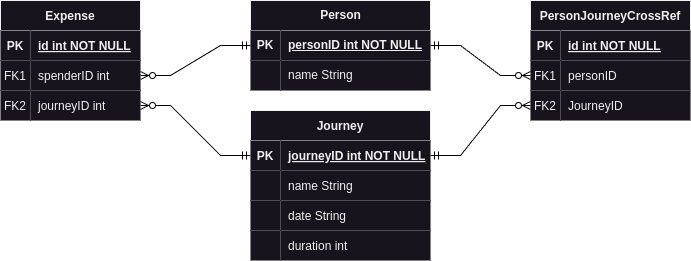
Arpad-H/bananasplit keeps this draw.io diagram as datamodels/ER Model.png. Above is the earlier version. Source tidied: cells renumbered, new cells last; positions are measured from the earlier drawing's top-left corner, leaving out a move shared by most shapes. Its diagram source:
```xml
<mxGraphModel>
  <root>
    <mxCell id="0" />
    <mxCell id="1" parent="0" />
    <mxCell id="2" value="Journey" style="shape=table;startSize=30;rowLines=0;fontStyle=1;align=center;fillColor=default;" parent="1" vertex="1">
      <mxGeometry x="260" y="110" width="180" height="150" as="geometry" />
    </mxCell>
    <mxCell id="3" style="shape=partialRectangle;fillColor=none;points=[[0,0.5],[1,0.5]];portConstraint=eastwest;top=0;left=0;right=0;bottom=1;" parent="2" vertex="1">
      <mxGeometry y="30" width="180" height="30" as="geometry" />
    </mxCell>
    <mxCell id="4" value="PK" style="shape=partialRectangle;overflow=hidden;fillColor=default;top=0;left=0;bottom=0;right=0;fontStyle=1;" parent="3" vertex="1">
      <mxGeometry width="30" height="30" as="geometry" />
    </mxCell>
    <mxCell id="5" value="journeyID int NOT NULL" style="shape=partialRectangle;overflow=hidden;fillColor=default;top=0;left=0;bottom=0;right=0;align=left;spacingLeft=6;fontStyle=5;" parent="3" vertex="1">
      <mxGeometry x="30" width="150" height="30" as="geometry" />
    </mxCell>
    <mxCell id="6" style="shape=partialRectangle;fillColor=none;top=0;left=0;right=0;bottom=0;" parent="2" vertex="1">
      <mxGeometry y="60" width="180" height="30" as="geometry" />
    </mxCell>
    <mxCell id="7" style="shape=partialRectangle;overflow=hidden;fillColor=default;top=0;left=0;bottom=0;right=0;" parent="6" vertex="1">
      <mxGeometry width="30" height="30" as="geometry" />
    </mxCell>
    <mxCell id="8" value="name String" style="shape=partialRectangle;overflow=hidden;fillColor=default;top=0;left=0;bottom=0;right=0;align=left;spacingLeft=6;" parent="6" vertex="1">
      <mxGeometry x="30" width="150" height="30" as="geometry" />
    </mxCell>
    <mxCell id="9" style="shape=partialRectangle;fillColor=none;top=0;left=0;right=0;bottom=0;" parent="2" vertex="1">
      <mxGeometry y="90" width="180" height="30" as="geometry" />
    </mxCell>
    <mxCell id="10" style="shape=partialRectangle;overflow=hidden;fillColor=default;top=0;left=0;bottom=0;right=0;" parent="9" vertex="1">
      <mxGeometry width="30" height="30" as="geometry" />
    </mxCell>
    <mxCell id="11" value="date String" style="shape=partialRectangle;overflow=hidden;fillColor=default;top=0;left=0;bottom=0;right=0;align=left;spacingLeft=6;" parent="9" vertex="1">
      <mxGeometry x="30" width="150" height="30" as="geometry" />
    </mxCell>
    <mxCell id="12" style="shape=partialRectangle;fillColor=none;top=0;left=0;right=0;bottom=0;" parent="2" vertex="1">
      <mxGeometry y="120" width="180" height="30" as="geometry" />
    </mxCell>
    <mxCell id="13" style="shape=partialRectangle;overflow=hidden;fillColor=default;top=0;left=0;bottom=0;right=0;" parent="12" vertex="1">
      <mxGeometry width="30" height="30" as="geometry" />
    </mxCell>
    <mxCell id="14" value="duration int" style="shape=partialRectangle;overflow=hidden;fillColor=default;top=0;left=0;bottom=0;right=0;align=left;spacingLeft=6;" parent="12" vertex="1">
      <mxGeometry x="30" width="150" height="30" as="geometry" />
    </mxCell>
    <mxCell id="15" value="PersonJourneyCrossRef" style="shape=table;startSize=30;rowLines=0;fontStyle=1;align=center;fillStyle=auto;" parent="1" vertex="1">
      <mxGeometry x="540" width="160" height="120" as="geometry" />
    </mxCell>
    <mxCell id="16" style="shape=partialRectangle;fillColor=none;top=0;left=0;right=0;bottom=1;" parent="15" vertex="1">
      <mxGeometry y="30" width="160" height="30" as="geometry" />
    </mxCell>
    <mxCell id="17" value="PK" style="shape=partialRectangle;overflow=hidden;fillColor=default;top=0;left=0;bottom=0;right=0;fontStyle=1;" parent="16" vertex="1">
      <mxGeometry width="30" height="30" as="geometry" />
    </mxCell>
    <mxCell id="18" value="id int NOT NULL " style="shape=partialRectangle;overflow=hidden;fillColor=default;top=0;left=0;bottom=0;right=0;align=left;spacingLeft=6;fontStyle=5;" parent="16" vertex="1">
      <mxGeometry x="30" width="130" height="30" as="geometry" />
    </mxCell>
    <mxCell id="19" style="shape=partialRectangle;fillColor=none;points=[[0,0.5],[1,0.5]];portConstraint=eastwest;top=0;left=0;right=0;bottom=0;" parent="15" vertex="1">
      <mxGeometry y="60" width="160" height="30" as="geometry" />
    </mxCell>
    <mxCell id="20" value="FK1" style="shape=partialRectangle;overflow=hidden;fillColor=default;top=0;left=0;bottom=0;right=0;" parent="19" vertex="1">
      <mxGeometry width="30" height="30" as="geometry" />
    </mxCell>
    <mxCell id="21" value="personID" style="shape=partialRectangle;overflow=hidden;fillColor=default;top=0;left=0;bottom=0;right=0;align=left;spacingLeft=6;" parent="19" vertex="1">
      <mxGeometry x="30" width="130" height="30" as="geometry" />
    </mxCell>
    <mxCell id="22" style="shape=partialRectangle;fillColor=none;points=[[0,0.5],[1,0.5]];portConstraint=eastwest;top=0;left=0;right=0;bottom=0;" parent="15" vertex="1">
      <mxGeometry y="90" width="160" height="30" as="geometry" />
    </mxCell>
    <mxCell id="23" value="FK2" style="shape=partialRectangle;overflow=hidden;fillColor=default;top=0;left=0;bottom=0;right=0;" parent="22" vertex="1">
      <mxGeometry width="30" height="30" as="geometry" />
    </mxCell>
    <mxCell id="24" value="JourneyID" style="shape=partialRectangle;overflow=hidden;fillColor=default;top=0;left=0;bottom=0;right=0;align=left;spacingLeft=6;" parent="22" vertex="1">
      <mxGeometry x="30" width="130" height="30" as="geometry" />
    </mxCell>
    <mxCell id="25" value="Expense" style="shape=table;startSize=30;rowLines=0;fontStyle=1;align=center;" parent="1" vertex="1">
      <mxGeometry x="10" width="140" height="120" as="geometry" />
    </mxCell>
    <mxCell id="26" style="shape=partialRectangle;fillColor=none;top=0;left=0;right=0;bottom=1;" parent="25" vertex="1">
      <mxGeometry y="30" width="140" height="30" as="geometry" />
    </mxCell>
    <mxCell id="27" value="PK" style="shape=partialRectangle;overflow=hidden;fillColor=default;top=0;left=0;bottom=0;right=0;fontStyle=1;" parent="26" vertex="1">
      <mxGeometry width="30" height="30" as="geometry" />
    </mxCell>
    <mxCell id="28" value="id int NOT NULL " style="shape=partialRectangle;overflow=hidden;fillColor=default;top=0;left=0;bottom=0;right=0;align=left;spacingLeft=6;fontStyle=5;" parent="26" vertex="1">
      <mxGeometry x="30" width="110" height="30" as="geometry" />
    </mxCell>
    <mxCell id="29" style="shape=partialRectangle;fillColor=none;points=[[0,0.5],[1,0.5]];portConstraint=eastwest;top=0;left=0;right=0;bottom=0;" parent="25" vertex="1">
      <mxGeometry y="60" width="140" height="30" as="geometry" />
    </mxCell>
    <mxCell id="30" value="FK1" style="shape=partialRectangle;overflow=hidden;fillColor=default;top=0;left=0;bottom=0;right=0;" parent="29" vertex="1">
      <mxGeometry width="30" height="30" as="geometry" />
    </mxCell>
    <mxCell id="31" value="spenderID int" style="shape=partialRectangle;overflow=hidden;fillColor=default;top=0;left=0;bottom=0;right=0;align=left;spacingLeft=6;" parent="29" vertex="1">
      <mxGeometry x="30" width="110" height="30" as="geometry" />
    </mxCell>
    <mxCell id="32" style="shape=partialRectangle;fillColor=none;points=[[0,0.5],[1,0.5]];portConstraint=eastwest;top=0;left=0;right=0;bottom=0;" parent="25" vertex="1">
      <mxGeometry y="90" width="140" height="30" as="geometry" />
    </mxCell>
    <mxCell id="33" value="FK2" style="shape=partialRectangle;overflow=hidden;fillColor=default;top=0;left=0;bottom=0;right=0;" parent="32" vertex="1">
      <mxGeometry width="30" height="30" as="geometry" />
    </mxCell>
    <mxCell id="34" value="journeyID int" style="shape=partialRectangle;overflow=hidden;fillColor=default;top=0;left=0;bottom=0;right=0;align=left;spacingLeft=6;" parent="32" vertex="1">
      <mxGeometry x="30" width="110" height="30" as="geometry" />
    </mxCell>
    <mxCell id="35" value="Person" style="shape=table;startSize=30;rowLines=0;fontStyle=1;align=center;html=1;" parent="1" vertex="1">
      <mxGeometry x="260" width="180" height="90" as="geometry" />
    </mxCell>
    <mxCell id="36" style="shape=tableRow;horizontal=0;startSize=0;swimlaneHead=0;swimlaneBody=0;fillColor=none;points=[[0,0.5],[1,0.5]];portConstraint=eastwest;top=0;left=0;right=0;bottom=1;" parent="35" vertex="1">
      <mxGeometry y="30" width="180" height="30" as="geometry" />
    </mxCell>
    <mxCell id="37" value="PK" style="shape=partialRectangle;fillColor=default;top=0;left=0;bottom=0;right=0;fontStyle=1;overflow=hidden;whiteSpace=wrap;html=1;" parent="36" vertex="1">
      <mxGeometry width="30" height="30" as="geometry" />
    </mxCell>
    <mxCell id="38" value="personID int NOT NULL" style="shape=partialRectangle;fillColor=default;top=0;left=0;bottom=0;right=0;align=left;spacingLeft=6;fontStyle=5;overflow=hidden;whiteSpace=wrap;html=1;" parent="36" vertex="1">
      <mxGeometry x="30" width="150" height="30" as="geometry" />
    </mxCell>
    <mxCell id="39" style="shape=tableRow;horizontal=0;startSize=0;swimlaneHead=0;swimlaneBody=0;fillColor=none;top=0;left=0;right=0;bottom=0;" parent="35" vertex="1">
      <mxGeometry y="60" width="180" height="30" as="geometry" />
    </mxCell>
    <mxCell id="40" style="shape=partialRectangle;fillColor=default;top=0;left=0;bottom=0;right=0;overflow=hidden;whiteSpace=wrap;html=1;" parent="39" vertex="1">
      <mxGeometry width="30" height="30" as="geometry" />
    </mxCell>
    <mxCell id="41" value="name String" style="shape=partialRectangle;fillColor=default;top=0;left=0;bottom=0;right=0;align=left;spacingLeft=6;overflow=hidden;whiteSpace=wrap;html=1;" parent="39" vertex="1">
      <mxGeometry x="30" width="150" height="30" as="geometry" />
    </mxCell>
    <mxCell id="42" style="edgeStyle=entityRelationEdgeStyle;fontSize=12;html=1;endArrow=ERzeroToMany;startArrow=ERmandOne;rounded=0;exitX=0;exitY=0.5;exitDx=0;exitDy=0;strokeColor=#000000;" parent="1" edge="1" source="3" target="32">
      <mxGeometry relative="1" as="geometry" />
    </mxCell>
    <mxCell id="43" style="edgeStyle=entityRelationEdgeStyle;fontSize=12;html=1;endArrow=ERzeroToMany;startArrow=ERmandOne;rounded=0;exitX=0;exitY=0.5;exitDx=0;exitDy=0;entryX=1;entryY=0.5;entryDx=0;entryDy=0;strokeColor=#000000;" parent="1" edge="1" source="36" target="29">
      <mxGeometry relative="1" as="geometry">
        <Array as="points">
          <mxPoint x="-0.2" y="210" />
          <mxPoint x="340" y="200" />
          <mxPoint x="60" y="170" />
        </Array>
      </mxGeometry>
    </mxCell>
    <mxCell id="44" style="edgeStyle=entityRelationEdgeStyle;fontSize=12;html=1;endArrow=ERzeroToMany;startArrow=ERmandOne;rounded=0;exitX=1;exitY=0.5;exitDx=0;exitDy=0;entryX=0;entryY=0.5;entryDx=0;entryDy=0;strokeColor=#000000;" parent="1" edge="1" source="3" target="22">
      <mxGeometry relative="1" as="geometry" />
    </mxCell>
    <mxCell id="45" style="edgeStyle=entityRelationEdgeStyle;fontSize=12;html=1;endArrow=ERzeroToMany;startArrow=ERmandOne;rounded=0;exitX=1;exitY=0.5;exitDx=0;exitDy=0;entryX=0;entryY=0.5;entryDx=0;entryDy=0;strokeColor=#000000;" parent="1" edge="1" source="36" target="19">
      <mxGeometry relative="1" as="geometry" />
    </mxCell>
  </root>
</mxGraphModel>
```
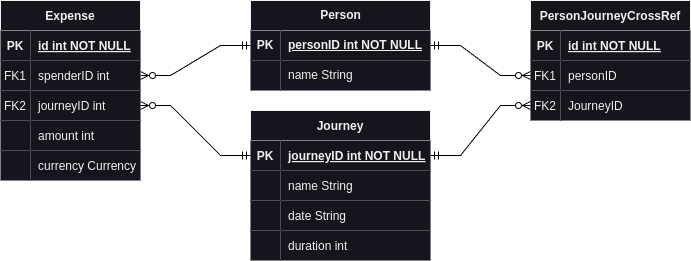
Later version of the same file.

Commit message:
Added Currency.java, added amount + currency into Expense.java

Change to the diagram source:
```diff
@@ -72,7 +72,7 @@
       <mxGeometry x="30" width="130" height="30" as="geometry" />
     </mxCell>
     <mxCell id="25" value="Expense" style="shape=table;startSize=30;rowLines=0;fontStyle=1;align=center;" parent="1" vertex="1">
-      <mxGeometry x="10" width="140" height="120" as="geometry" />
+      <mxGeometry x="10" width="140" height="180" as="geometry" />
     </mxCell>
     <mxCell id="26" style="shape=partialRectangle;fillColor=none;top=0;left=0;right=0;bottom=1;" parent="25" vertex="1">
       <mxGeometry y="30" width="140" height="30" as="geometry" />
@@ -101,6 +101,24 @@
     <mxCell id="34" value="journeyID int" style="shape=partialRectangle;overflow=hidden;fillColor=default;top=0;left=0;bottom=0;right=0;align=left;spacingLeft=6;" parent="32" vertex="1">
       <mxGeometry x="30" width="110" height="30" as="geometry" />
     </mxCell>
+    <mxCell id="46" style="shape=partialRectangle;fillColor=none;top=0;left=0;right=0;bottom=0;" parent="25" vertex="1">
+      <mxGeometry y="120" width="140" height="30" as="geometry" />
+    </mxCell>
+    <mxCell id="47" style="shape=partialRectangle;overflow=hidden;fillColor=default;top=0;left=0;bottom=0;right=0;" parent="46" vertex="1">
+      <mxGeometry width="30" height="30" as="geometry" />
+    </mxCell>
+    <mxCell id="48" value="amount int" style="shape=partialRectangle;overflow=hidden;fillColor=default;top=0;left=0;bottom=0;right=0;align=left;spacingLeft=6;" parent="46" vertex="1">
+      <mxGeometry x="30" width="110" height="30" as="geometry" />
+    </mxCell>
+    <mxCell id="49" style="shape=partialRectangle;fillColor=none;top=0;left=0;right=0;bottom=0;" parent="25" vertex="1">
+      <mxGeometry y="150" width="140" height="30" as="geometry" />
+    </mxCell>
+    <mxCell id="50" style="shape=partialRectangle;overflow=hidden;fillColor=default;top=0;left=0;bottom=0;right=0;" parent="49" vertex="1">
+      <mxGeometry width="30" height="30" as="geometry" />
+    </mxCell>
+    <mxCell id="51" value="currency Currency" style="shape=partialRectangle;overflow=hidden;fillColor=default;top=0;left=0;bottom=0;right=0;align=left;spacingLeft=6;" parent="49" vertex="1">
+      <mxGeometry x="30" width="110" height="30" as="geometry" />
+    </mxCell>
     <mxCell id="35" value="Person" style="shape=table;startSize=30;rowLines=0;fontStyle=1;align=center;html=1;" parent="1" vertex="1">
       <mxGeometry x="260" width="180" height="90" as="geometry" />
     </mxCell>
```
